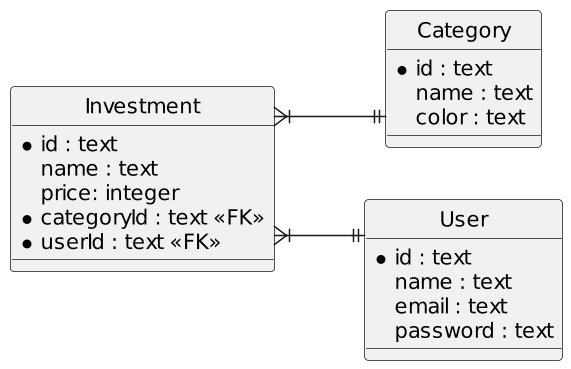
Before: public/imgs/expressjs/prismajs-user/database.png, a diagram exported from PlantUML (ifpb/lp2).
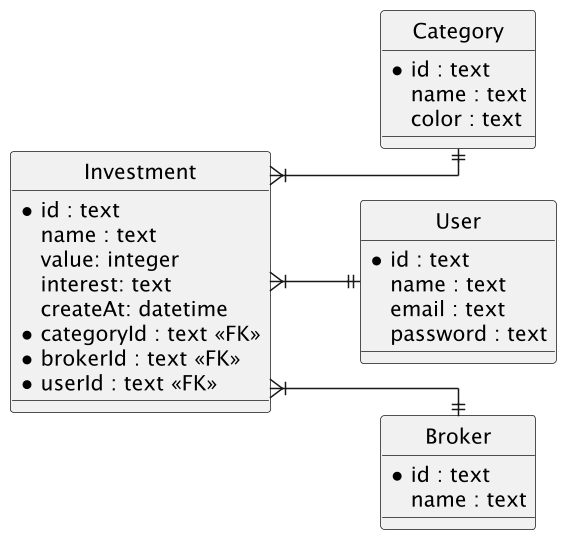
The same diagram one commit later.

Diff of the diagram source:
```diff
@@ -8,8 +8,11 @@
 entity "Investment" as investiment {
   *id : text
   name : text
-  price: integer
+  value: integer
+  interest: text
+  createAt: datetime
   *categoryId : text <<FK>>
+  *brokerId : text <<FK>>
   *userId : text <<FK>>
 }
 
@@ -26,6 +29,12 @@
   password : text
 }
 
+entity "Broker" as broker {
+  *id : text
+  name : text
+}
+
 investiment }|--|| category
 investiment }|--|| user
+investiment }|--|| broker
 @enduml
```
